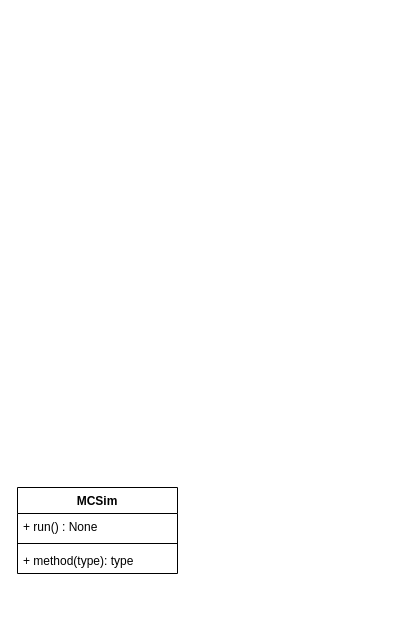
Earlier version of the draw.io diagram UML.drawio (jaroslsv/smclib). Source tidied: cells renumbered, new cells numbered last; positions are measured from the earlier drawing's top-left corner, leaving out a move shared by most shapes. Both pictures are drawn from the tidied source at 100%, with x=0, y=0 at pixel (17, 487).
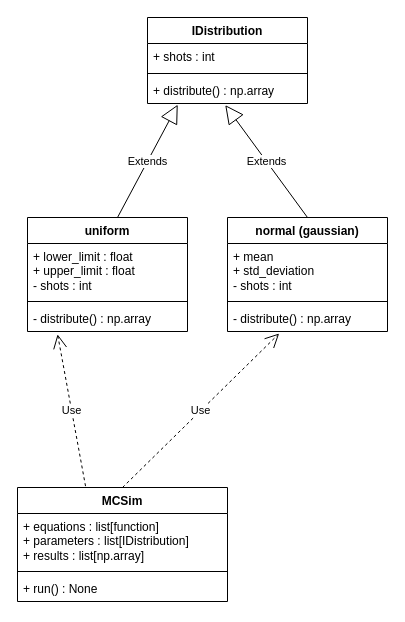
The same diagram, later.

What changed in the source:
```diff
@@
     <mxCell id="2" value="MCSim" style="swimlane;fontStyle=1;align=center;verticalAlign=top;horizontal=1;startSize=26;whiteSpace=wrap;html=1;" parent="1" vertex="1">
-      <mxGeometry width="160" height="86" as="geometry" />
+      <mxGeometry width="210" height="114" as="geometry" />
     </mxCell>
-    <mxCell id="3" value="+ run() : None" style="text;strokeColor=none;fillColor=none;align=left;verticalAlign=top;spacingLeft=4;spacingRight=4;overflow=hidden;whiteSpace=wrap;html=1;" parent="2" vertex="1">
-      <mxGeometry y="26" width="160" height="26" as="geometry" />
+    <mxCell id="3" value="+ equations : list[function]&lt;div&gt;+ parameters : list[IDistribution]&lt;/div&gt;&lt;div&gt;+ results : list[np.array]&lt;/div&gt;" style="text;strokeColor=none;fillColor=none;align=left;verticalAlign=top;spacingLeft=4;spacingRight=4;overflow=hidden;whiteSpace=wrap;html=1;" parent="2" vertex="1">
+      <mxGeometry y="26" width="210" height="54" as="geometry" />
     </mxCell>
     <mxCell id="4" style="line;strokeWidth=1;fillColor=none;align=left;verticalAlign=middle;spacingTop=-1;spacingLeft=3;spacingRight=3;labelPosition=right;strokeColor=inherit;" parent="2" vertex="1">
-      <mxGeometry y="52" width="160" height="8" as="geometry" />
+      <mxGeometry y="80" width="210" height="8" as="geometry" />
     </mxCell>
-    <mxCell id="5" value="+ method(type): type" style="text;strokeColor=none;fillColor=none;align=left;verticalAlign=top;spacingLeft=4;spacingRight=4;overflow=hidden;whiteSpace=wrap;html=1;" parent="2" vertex="1">
-      <mxGeometry y="60" width="160" height="26" as="geometry" />
+    <mxCell id="5" value="+ run() : None" style="text;strokeColor=none;fillColor=none;align=left;verticalAlign=top;spacingLeft=4;spacingRight=4;overflow=hidden;whiteSpace=wrap;html=1;" parent="2" vertex="1">
+      <mxGeometry y="88" width="210" height="26" as="geometry" />
     </mxCell>
+    <mxCell id="6" value="&lt;div&gt;&lt;span style=&quot;background-color: transparent; color: light-dark(rgb(0, 0, 0), rgb(255, 255, 255));&quot;&gt;IDistribution&lt;/span&gt;&lt;/div&gt;" style="swimlane;fontStyle=1;align=center;verticalAlign=top;horizontal=1;startSize=26;whiteSpace=wrap;html=1;" parent="1" vertex="1">
+      <mxGeometry x="130" y="-470" width="160" height="86" as="geometry" />
+    </mxCell>
+    <mxCell id="7" value="+ shots : int" style="text;strokeColor=none;fillColor=none;align=left;verticalAlign=top;spacingLeft=4;spacingRight=4;overflow=hidden;whiteSpace=wrap;html=1;" parent="6" vertex="1">
+      <mxGeometry y="26" width="160" height="26" as="geometry" />
+    </mxCell>
+    <mxCell id="8" style="line;strokeWidth=1;fillColor=none;align=left;verticalAlign=middle;spacingTop=-1;spacingLeft=3;spacingRight=3;labelPosition=right;strokeColor=inherit;" parent="6" vertex="1">
+      <mxGeometry y="52" width="160" height="8" as="geometry" />
+    </mxCell>
+    <mxCell id="9" value="+ distribute() : np.array" style="text;strokeColor=none;fillColor=none;align=left;verticalAlign=top;spacingLeft=4;spacingRight=4;overflow=hidden;points=[[0,0.5],[1,0.5]];portConstraint=eastwest;whiteSpace=wrap;html=1;" parent="6" vertex="1">
+      <mxGeometry y="60" width="160" height="26" as="geometry" />
+    </mxCell>
+    <mxCell id="10" value="uniform" style="swimlane;fontStyle=1;align=center;verticalAlign=top;horizontal=1;startSize=26;whiteSpace=wrap;html=1;" parent="1" vertex="1">
+      <mxGeometry x="10" y="-270" width="160" height="114" as="geometry" />
+    </mxCell>
+    <mxCell id="11" value="+ lower_limit : float&lt;div&gt;+ upper_limit : float&lt;/div&gt;&lt;div&gt;- shots : int&lt;/div&gt;" style="text;strokeColor=none;fillColor=none;align=left;verticalAlign=top;spacingLeft=4;spacingRight=4;overflow=hidden;whiteSpace=wrap;html=1;" parent="10" vertex="1">
+      <mxGeometry y="26" width="160" height="54" as="geometry" />
+    </mxCell>
+    <mxCell id="12" style="line;strokeWidth=1;fillColor=none;align=left;verticalAlign=middle;spacingTop=-1;spacingLeft=3;spacingRight=3;labelPosition=right;strokeColor=inherit;" parent="10" vertex="1">
+      <mxGeometry y="80" width="160" height="8" as="geometry" />
+    </mxCell>
+    <mxCell id="13" value="- distribute() : np.array" style="text;strokeColor=none;fillColor=none;align=left;verticalAlign=top;spacingLeft=4;spacingRight=4;overflow=hidden;points=[[0,0.5],[1,0.5]];portConstraint=eastwest;whiteSpace=wrap;html=1;" parent="10" vertex="1">
+      <mxGeometry y="88" width="160" height="26" as="geometry" />
+    </mxCell>
+    <mxCell id="14" value="normal (gaussian)" style="swimlane;fontStyle=1;align=center;verticalAlign=top;horizontal=1;startSize=26;whiteSpace=wrap;html=1;" parent="1" vertex="1">
+      <mxGeometry x="210" y="-270" width="160" height="114" as="geometry" />
+    </mxCell>
+    <mxCell id="15" value="+ mean&lt;div&gt;+ std_deviation&lt;/div&gt;&lt;div&gt;- shots : int&lt;/div&gt;" style="text;strokeColor=none;fillColor=none;align=left;verticalAlign=top;spacingLeft=4;spacingRight=4;overflow=hidden;whiteSpace=wrap;html=1;" parent="14" vertex="1">
+      <mxGeometry y="26" width="160" height="54" as="geometry" />
+    </mxCell>
+    <mxCell id="16" style="line;strokeWidth=1;fillColor=none;align=left;verticalAlign=middle;spacingTop=-1;spacingLeft=3;spacingRight=3;labelPosition=right;strokeColor=inherit;" parent="14" vertex="1">
+      <mxGeometry y="80" width="160" height="8" as="geometry" />
+    </mxCell>
+    <mxCell id="17" value="- distribute() : np.array" style="text;strokeColor=none;fillColor=none;align=left;verticalAlign=top;spacingLeft=4;spacingRight=4;overflow=hidden;points=[[0,0.5],[1,0.5]];portConstraint=eastwest;whiteSpace=wrap;html=1;" parent="14" vertex="1">
+      <mxGeometry y="88" width="160" height="26" as="geometry" />
+    </mxCell>
+    <mxCell id="18" value="Extends" style="endArrow=block;endSize=16;endFill=0;html=1;rounded=0;exitX=0.5;exitY=0;exitDx=0;exitDy=0;entryX=0.189;entryY=1.045;entryDx=0;entryDy=0;entryPerimeter=0;" parent="1" edge="1" target="9">
+      <mxGeometry relative="1" as="geometry">
+        <mxPoint x="100" y="-270" as="sourcePoint" />
+      </mxGeometry>
+    </mxCell>
+    <mxCell id="19" value="Extends" style="endArrow=block;endSize=16;endFill=0;html=1;rounded=0;exitX=0.5;exitY=0;exitDx=0;exitDy=0;entryX=0.486;entryY=1.061;entryDx=0;entryDy=0;entryPerimeter=0;" parent="1" edge="1" source="14" target="9">
+      <mxGeometry relative="1" as="geometry" />
+    </mxCell>
+    <mxCell id="20" value="Use" style="endArrow=open;endSize=12;dashed=1;html=1;rounded=0;exitX=0.324;exitY=-0.012;exitDx=0;exitDy=0;entryX=0.188;entryY=1.108;entryDx=0;entryDy=0;entryPerimeter=0;exitPerimeter=0;" parent="1" edge="1" source="2" target="13">
+      <mxGeometry relative="1" as="geometry" />
+    </mxCell>
+    <mxCell id="21" value="Use" style="endArrow=open;endSize=12;dashed=1;html=1;rounded=0;exitX=0.5;exitY=0;exitDx=0;exitDy=0;entryX=0.323;entryY=1.077;entryDx=0;entryDy=0;entryPerimeter=0;" parent="1" edge="1" source="2" target="17">
+      <mxGeometry relative="1" as="geometry" />
+    </mxCell>
```
